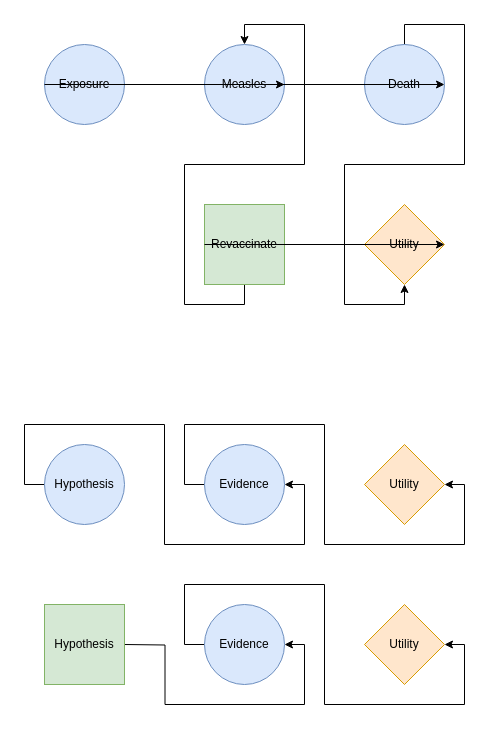
Above: notebooks/Petitti_2000_isbn_9780195133646_ch02/img_influence_diagram.drawio in tomasaragon/di4h (draw.io), before the change. Source tidied: cells renumbered, new cells numbered last; positions are measured from the earlier drawing's top-left corner, leaving out a move shared by most shapes. Both pictures are drawn from the tidied source at 100%, with x=0, y=0 at pixel (44, 44).
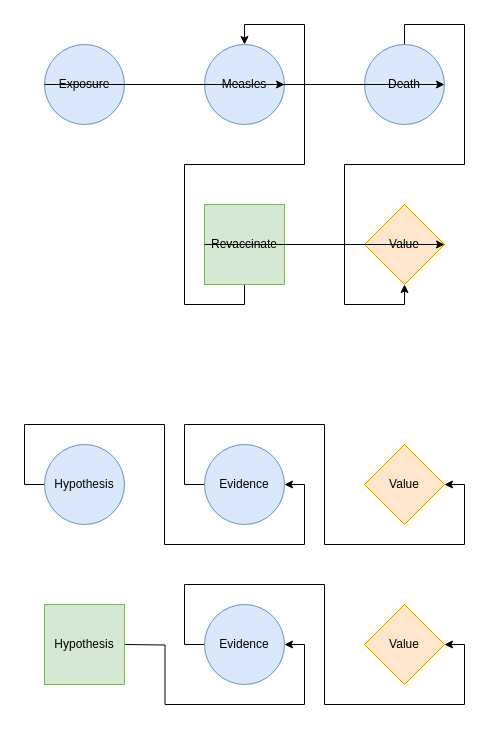
Above is the later version.

Commit message (it also covers changes not shown here):
update folders with articles and figures

What changed in the source:
```diff
@@
-    <mxCell id="8" value="Utility" style="rhombus;whiteSpace=wrap;html=1;flipH=1;legacyAnchorPoints=0;flipV=1;fillColor=#ffe6cc;strokeColor=#d79b00;" parent="1" vertex="1">
+    <mxCell id="8" value="Value" style="rhombus;whiteSpace=wrap;html=1;flipH=1;legacyAnchorPoints=0;flipV=1;fillColor=#ffe6cc;strokeColor=#d79b00;" parent="1" vertex="1">
       <mxGeometry x="320" y="160" width="80" height="80" as="geometry" />
     </mxCell>
@@
-    <mxCell id="16" value="Utility" style="rhombus;whiteSpace=wrap;html=1;flipH=1;legacyAnchorPoints=0;flipV=1;fillColor=#ffe6cc;strokeColor=#d79b00;" parent="1" vertex="1">
+    <mxCell id="16" value="Value" style="rhombus;whiteSpace=wrap;html=1;flipH=1;legacyAnchorPoints=0;flipV=1;fillColor=#ffe6cc;strokeColor=#d79b00;" parent="1" vertex="1">
       <mxGeometry x="320" y="400" width="80" height="80" as="geometry" />
     </mxCell>
@@
-    <mxCell id="20" value="Utility" style="rhombus;whiteSpace=wrap;html=1;flipH=1;legacyAnchorPoints=0;flipV=1;fillColor=#ffe6cc;strokeColor=#d79b00;" parent="1" vertex="1">
+    <mxCell id="20" value="Value" style="rhombus;whiteSpace=wrap;html=1;flipH=1;legacyAnchorPoints=0;flipV=1;fillColor=#ffe6cc;strokeColor=#d79b00;" parent="1" vertex="1">
       <mxGeometry x="320" y="560" width="80" height="80" as="geometry" />
     </mxCell>
```
